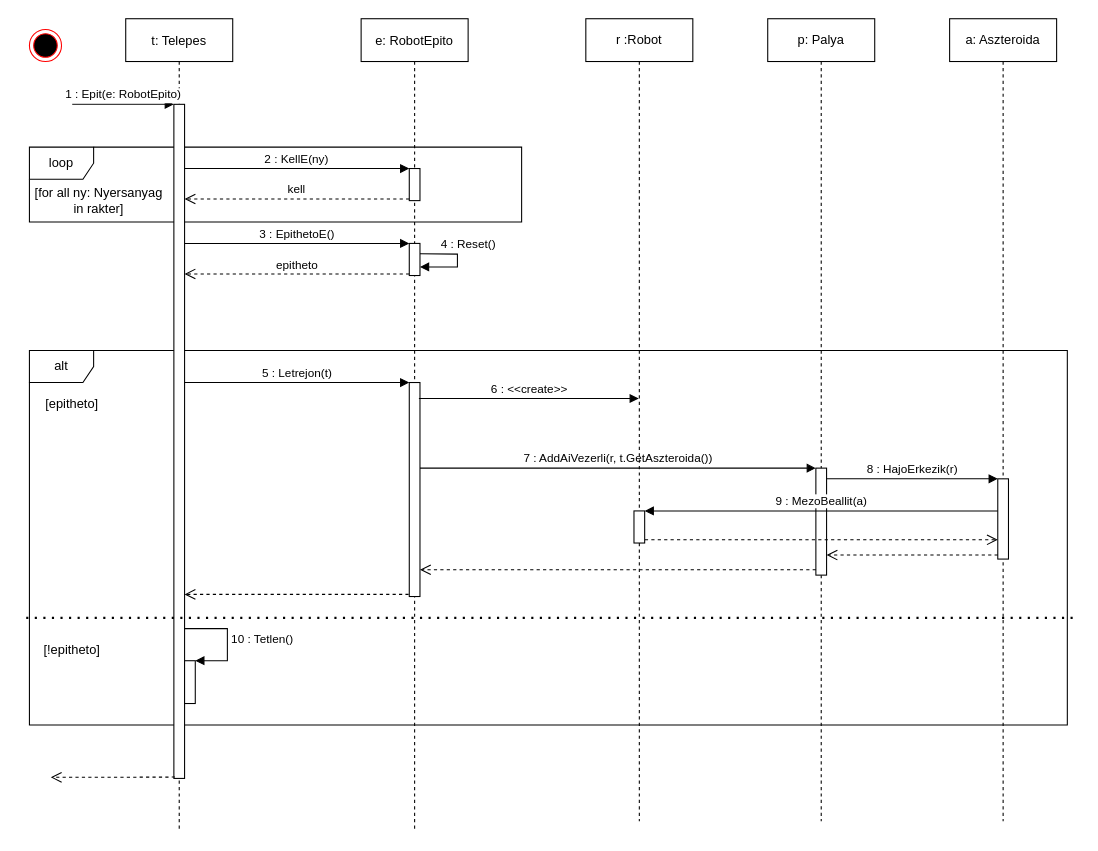
Before: page "Page-1" (1 of 2) of doc/uml/szekvencia_robotEpit.drawio in torpeBoiGo/aszteroidabanyaszat, a draw.io diagram. Source tidied: cells renumbered, new cells numbered last; positions are measured from the earlier drawing's top-left corner, leaving out a move shared by most shapes. Both pictures are drawn from the tidied source at 107%, with x=0, y=0 at pixel (26, 18).
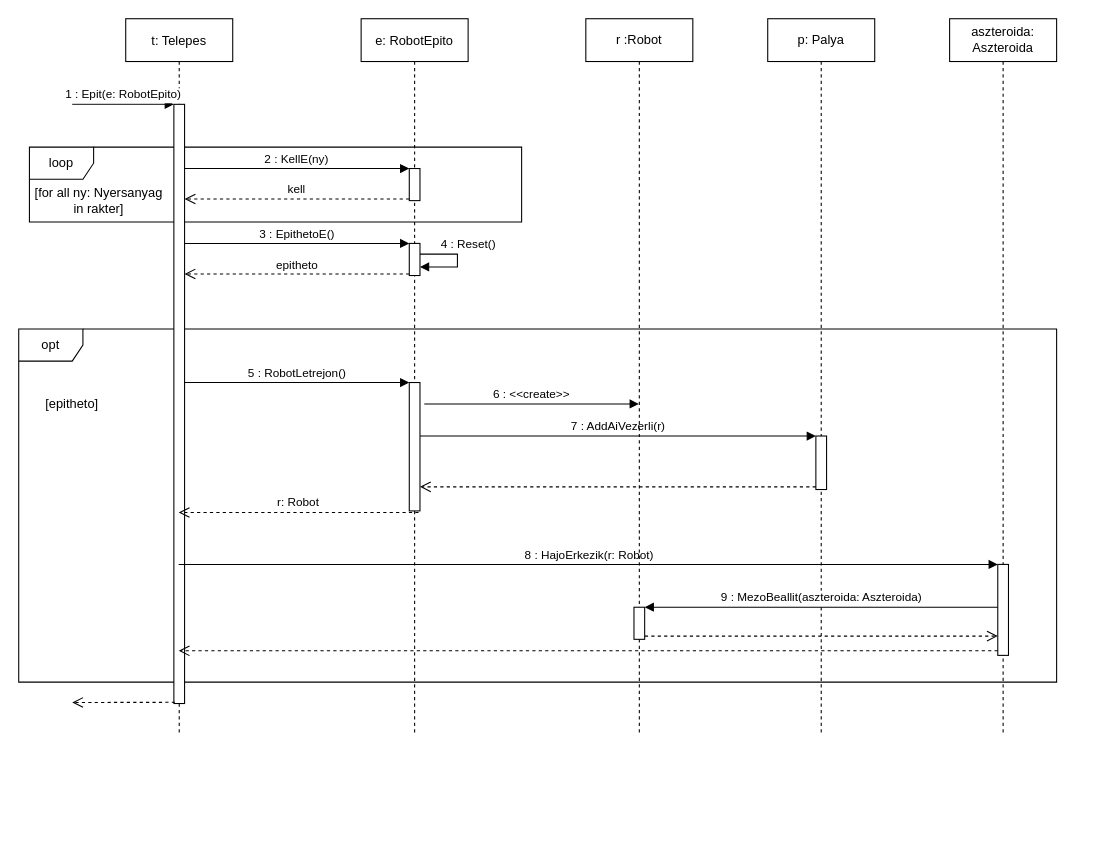
The same diagram, later.

Commit message:
Update szekvencia_robotEpit.drawio: robotletrejon() hasznalata, tetlen torlese

Unchanged cells that the change refers to:
```xml
<mxCell id="11" style="html=1;points=[];perimeter=orthogonalPerimeter;" parent="10" vertex="1">
  <mxGeometry x="45" y="210" width="10" height="30" as="geometry" />
</mxCell>
```

What changed in the source:
```diff
@@
-    <mxCell id="2" value="alt" style="shape=umlFrame;whiteSpace=wrap;html=1;" parent="1" vertex="1">
-      <mxGeometry x="3" y="310" width="970" height="350" as="geometry" />
+    <mxCell id="2" value="opt" style="shape=umlFrame;whiteSpace=wrap;html=1;" parent="1" vertex="1">
+      <mxGeometry x="-7" y="290" width="970" height="330" as="geometry" />
     </mxCell>
@@
     <mxCell id="5" value="t: Telepes" style="shape=umlLifeline;perimeter=lifelinePerimeter;rounded=0;shadow=0;strokeWidth=1;" parent="1" vertex="1">
-      <mxGeometry x="93" width="100" height="760" as="geometry" />
+      <mxGeometry x="93" width="100" height="670" as="geometry" />
     </mxCell>
@@
     <mxCell id="7" style="html=1;points=[];perimeter=orthogonalPerimeter;" parent="5" vertex="1">
-      <mxGeometry x="45" y="80" width="10" height="630" as="geometry" />
+      <mxGeometry x="45" y="80" width="10" height="560" as="geometry" />
     </mxCell>
-    <mxCell id="8" style="html=1;points=[];perimeter=orthogonalPerimeter;" parent="5" vertex="1">
-      <mxGeometry x="55" y="600" width="10" height="40" as="geometry" />
-    </mxCell>
-    <mxCell id="9" value="10 : Tetlen()" style="edgeStyle=orthogonalEdgeStyle;html=1;align=left;spacingLeft=2;endArrow=block;rounded=0;entryX=1;entryY=0;" parent="5" edge="1" source="7" target="8">
-      <mxGeometry relative="1" as="geometry">
-        <Array as="points">
-          <mxPoint x="95" y="570" />
-          <mxPoint x="95" y="600" />
-        </Array>
-      </mxGeometry>
-    </mxCell>
     <mxCell id="10" value="e: RobotEpito" style="shape=umlLifeline;perimeter=lifelinePerimeter;rounded=0;shadow=0;strokeWidth=1;" parent="1" vertex="1">
-      <mxGeometry x="313" width="100" height="760" as="geometry" />
+      <mxGeometry x="313" width="100" height="670" as="geometry" />
     </mxCell>
@@
     <mxCell id="13" style="html=1;points=[];perimeter=orthogonalPerimeter;" parent="10" vertex="1">
-      <mxGeometry x="45" y="340" width="10" height="200" as="geometry" />
+      <mxGeometry x="45" y="340" width="10" height="120" as="geometry" />
     </mxCell>
-    <mxCell id="14" value="4 : Reset()" style="html=1;verticalAlign=bottom;endArrow=block;exitX=0.55;exitY=0.289;exitDx=0;exitDy=0;exitPerimeter=0;entryX=1;entryY=0.733;entryDx=0;entryDy=0;entryPerimeter=0;rounded=0;" parent="10" edge="1" source="10" target="11">
+    <mxCell id="14" value="4 : Reset()" style="html=1;verticalAlign=bottom;endArrow=block;entryX=1;entryY=0.733;entryDx=0;entryDy=0;entryPerimeter=0;rounded=0;" parent="10" edge="1" source="11" target="11">
       <mxGeometry x="-0.15" y="10" relative="1" as="geometry">
         <Array as="points">
           <mxPoint x="90" y="220" />
           <mxPoint x="90" y="232" />
         </Array>
       </mxGeometry>
     </mxCell>
@@
     <mxCell id="20" value="p: Palya" style="shape=umlLifeline;perimeter=lifelinePerimeter;whiteSpace=wrap;html=1;" parent="1" vertex="1">
-      <mxGeometry x="693" width="100" height="750" as="geometry" />
+      <mxGeometry x="693" width="100" height="670" as="geometry" />
     </mxCell>
     <mxCell id="21" style="html=1;points=[];perimeter=orthogonalPerimeter;" parent="20" vertex="1">
-      <mxGeometry x="45" y="420" width="10" height="100" as="geometry" />
+      <mxGeometry x="45" y="390" width="10" height="50" as="geometry" />
     </mxCell>
-    <mxCell id="22" value="7 : AddAiVezerli(r, t.GetAszteroida())" style="html=1;verticalAlign=bottom;endArrow=block;entryX=0;entryY=0;" parent="1" edge="1" source="13" target="21">
+    <mxCell id="22" value="7 : AddAiVezerli(r)" style="html=1;verticalAlign=bottom;endArrow=block;entryX=0;entryY=0;" parent="1" edge="1" source="13" target="21">
       <mxGeometry relative="1" as="geometry" />
     </mxCell>
@@
-    <mxCell id="24" value="a: Aszteroida" style="shape=umlLifeline;perimeter=lifelinePerimeter;whiteSpace=wrap;html=1;" parent="1" vertex="1">
-      <mxGeometry x="863" width="100" height="750" as="geometry" />
+    <mxCell id="24" value="aszteroida: Aszteroida" style="shape=umlLifeline;perimeter=lifelinePerimeter;whiteSpace=wrap;html=1;" parent="1" vertex="1">
+      <mxGeometry x="863" width="100" height="670" as="geometry" />
     </mxCell>
     <mxCell id="25" style="html=1;points=[];perimeter=orthogonalPerimeter;" parent="24" vertex="1">
-      <mxGeometry x="45" y="430" width="10" height="75" as="geometry" />
+      <mxGeometry x="45" y="510" width="10" height="85" as="geometry" />
     </mxCell>
-    <mxCell id="26" value="8 : HajoErkezik(r)" style="html=1;verticalAlign=bottom;endArrow=block;entryX=0;entryY=0;" parent="1" edge="1" source="21" target="25">
+    <mxCell id="26" value="8 : HajoErkezik(r: Robot)" style="html=1;verticalAlign=bottom;endArrow=block;entryX=0;entryY=0;" parent="1" edge="1" source="5" target="25">
       <mxGeometry relative="1" as="geometry" />
     </mxCell>
-    <mxCell id="27" style="html=1;verticalAlign=bottom;endArrow=open;dashed=1;endSize=8;exitX=0;exitY=0.95;" parent="1" edge="1" source="25" target="21">
+    <mxCell id="27" style="html=1;verticalAlign=bottom;endArrow=open;dashed=1;endSize=8;exitX=0;exitY=0.95;" parent="1" edge="1" source="25" target="5">
       <mxGeometry relative="1" as="geometry" />
     </mxCell>
-    <mxCell id="28" value="9 : MezoBeallit(a)" style="html=1;verticalAlign=bottom;endArrow=block;" parent="1" edge="1" source="25" target="36">
+    <mxCell id="28" value="9 : MezoBeallit(aszteroida: Aszteroida)" style="html=1;verticalAlign=bottom;endArrow=block;" parent="1" edge="1" source="25" target="36">
       <mxGeometry relative="1" as="geometry">
         <Array as="points">
-          <mxPoint x="693" y="460" />
+          <mxPoint x="693" y="550" />
         </Array>
       </mxGeometry>
     </mxCell>
@@
     <mxCell id="30" style="html=1;verticalAlign=bottom;endArrow=open;dashed=1;endSize=8;exitX=0.1;exitY=0.998;exitDx=0;exitDy=0;exitPerimeter=0;" parent="1" edge="1" source="7">
       <mxGeometry relative="1" as="geometry">
-        <mxPoint x="23" y="709" as="targetPoint" />
+        <mxPoint x="43" y="639" as="targetPoint" />
       </mxGeometry>
     </mxCell>
-    <mxCell id="31" style="endArrow=none;dashed=1;html=1;dashPattern=1 3;strokeWidth=2;" parent="1" edge="1">
-      <mxGeometry relative="1" as="geometry">
-        <mxPoint y="560" as="sourcePoint" />
-        <mxPoint x="983" y="560" as="targetPoint" />
-      </mxGeometry>
-    </mxCell>
-    <mxCell id="32" value="[!epitheto]" style="text;html=1;strokeColor=none;fillColor=none;align=center;verticalAlign=middle;whiteSpace=wrap;rounded=0;" parent="1" vertex="1">
-      <mxGeometry x="23" y="580" width="40" height="20" as="geometry" />
-    </mxCell>
-    <mxCell id="33" value="5 : Letrejon(t)" style="html=1;verticalAlign=bottom;endArrow=block;entryX=0;entryY=0;" parent="1" edge="1" source="7" target="13">
+    <mxCell id="33" value="5 : RobotLetrejon()" style="html=1;verticalAlign=bottom;endArrow=block;entryX=0;entryY=0;" parent="1" edge="1" source="7" target="13">
       <mxGeometry relative="1" as="geometry">
         <Array as="points">
           <mxPoint x="223" y="340" />
         </Array>
       </mxGeometry>
     </mxCell>
-    <mxCell id="34" style="html=1;verticalAlign=bottom;endArrow=open;dashed=1;endSize=8;exitX=-0.06;exitY=0.99;exitDx=0;exitDy=0;exitPerimeter=0;" parent="1" edge="1" source="13" target="7">
-      <mxGeometry relative="1" as="geometry" />
-    </mxCell>
     <mxCell id="35" value="r :Robot" style="shape=umlLifeline;perimeter=lifelinePerimeter;whiteSpace=wrap;html=1;outlineConnect=0;" parent="1" vertex="1">
-      <mxGeometry x="523" width="100" height="750" as="geometry" />
+      <mxGeometry x="523" width="100" height="670" as="geometry" />
     </mxCell>
     <mxCell id="36" style="html=1;points=[];perimeter=orthogonalPerimeter;" parent="35" vertex="1">
-      <mxGeometry x="45" y="460" width="10" height="30" as="geometry" />
+      <mxGeometry x="45" y="550" width="10" height="30" as="geometry" />
     </mxCell>
-    <mxCell id="37" value="6 : &amp;lt;&amp;lt;create&amp;gt;&amp;gt;" style="html=1;verticalAlign=bottom;endArrow=block;strokeColor=#000000;exitX=0.54;exitY=0.467;exitDx=0;exitDy=0;exitPerimeter=0;" parent="1" edge="1" source="10" target="35">
-      <mxGeometry relative="1" as="geometry" />
+    <mxCell id="37" value="6 : &amp;lt;&amp;lt;create&amp;gt;&amp;gt;" style="html=1;verticalAlign=bottom;endArrow=block;strokeColor=#000000;" parent="1" edge="1" target="35">
+      <mxGeometry relative="1" as="geometry">
+        <mxPoint x="372" y="360" as="sourcePoint" />
+      </mxGeometry>
     </mxCell>
-    <mxCell id="38" style="ellipse;html=1;shape=endState;fillColor=#000000;strokeColor=#ff0000;" parent="1" vertex="1">
-      <mxGeometry x="3" y="10" width="30" height="30" as="geometry" />
-    </mxCell>
+    <mxCell id="39" value="r: Robot" style="html=1;verticalAlign=bottom;endArrow=open;dashed=1;endSize=8;exitX=0.867;exitY=1.012;exitDx=0;exitDy=0;exitPerimeter=0;" parent="1" edge="1" source="13" target="5">
+      <mxGeometry x="0.01" relative="1" as="geometry" />
+    </mxCell>
```
